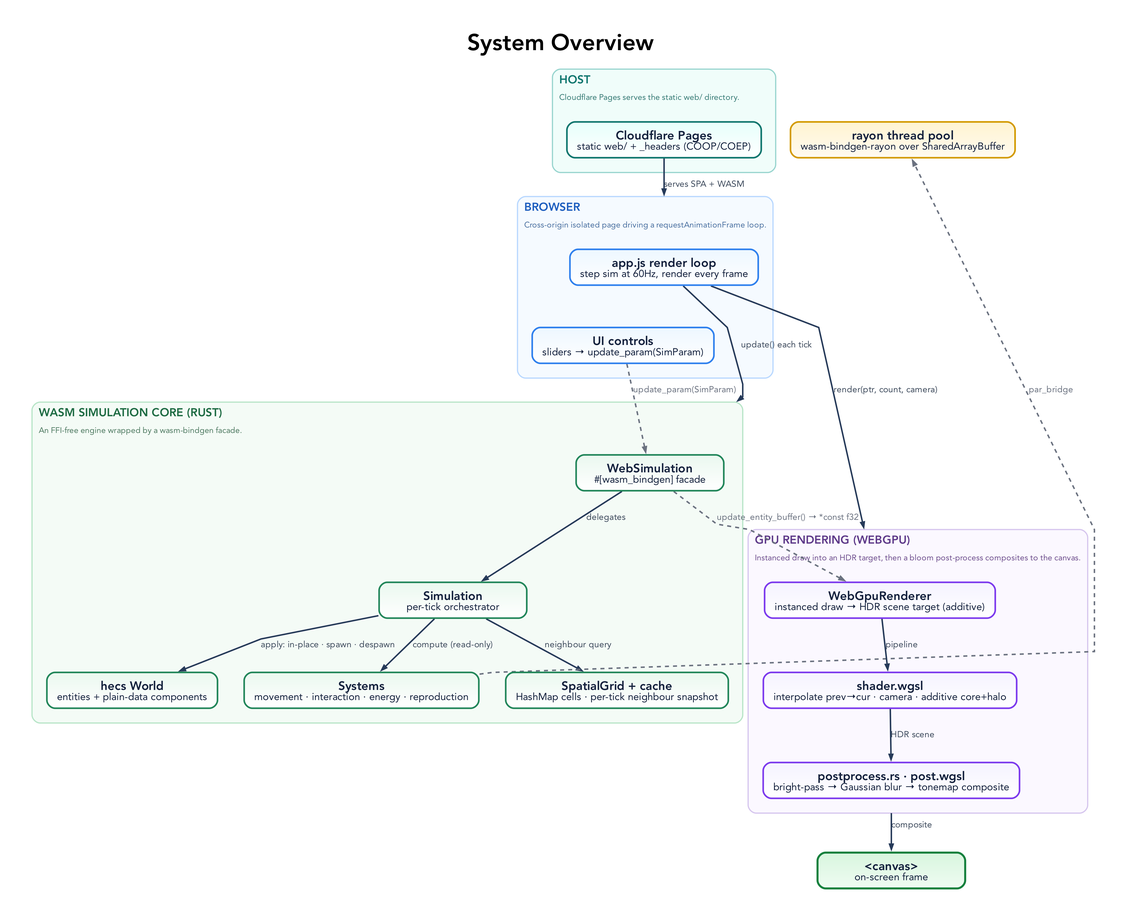
The Graphviz diagram docs/diagrams/system-overview.png in rgilks/evo, before a commit. Its source is kept beside it as docs/diagrams/system-overview.dot.
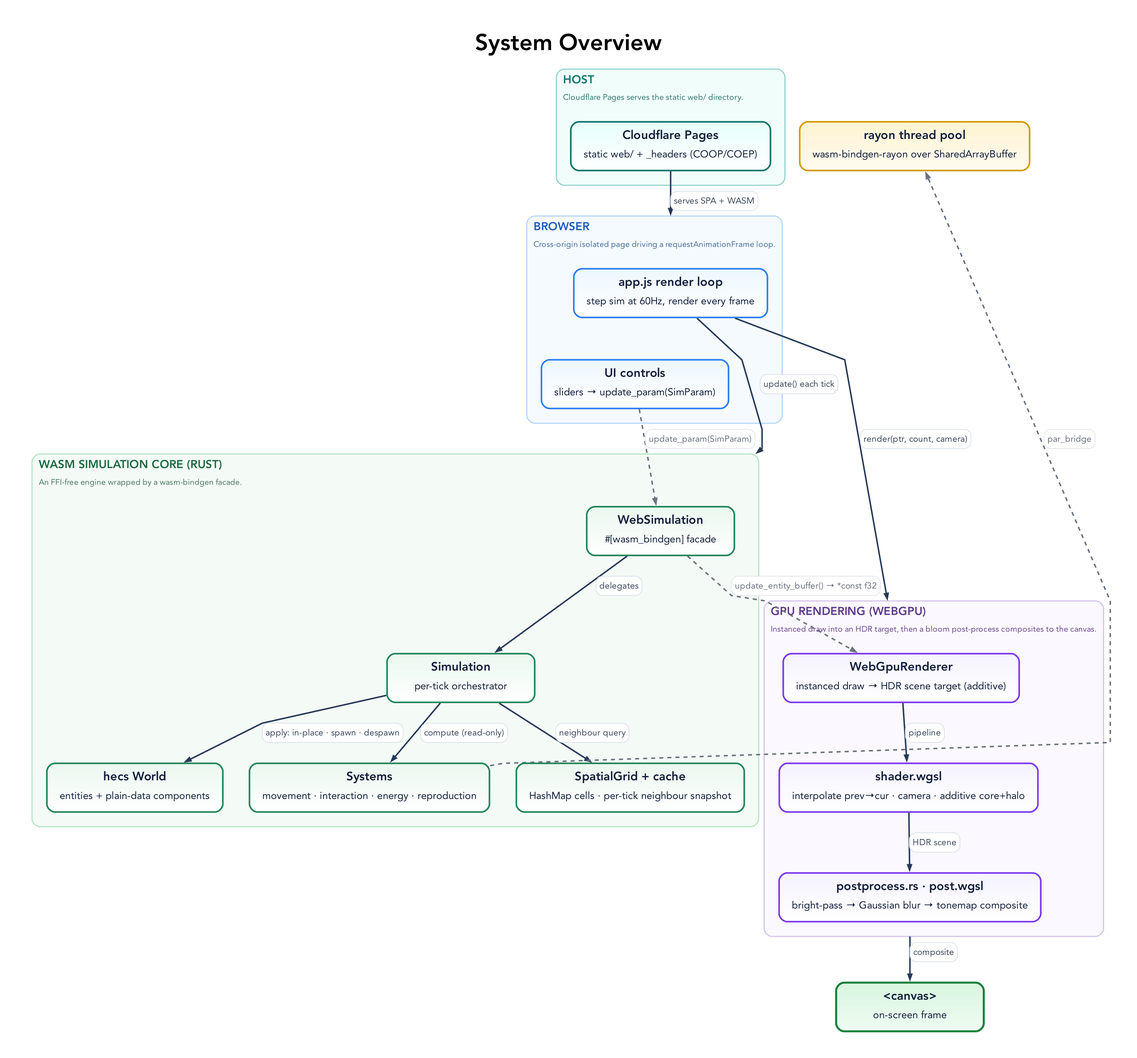
The same file after the commit.

Commit message:
Tidy graphviz diagrams

Change to the diagram source:
```diff
@@ -56,7 +56,7 @@
       labelloc=t, labeljust=l,
       color="#99d5cf", fillcolor="#f0fdfa", style="rounded,filled", penwidth=1.8, margin=22
     ];
-    H1 [label=<<B>Cloudflare Pages</B><BR/><FONT POINT-SIZE="15">static web/ + _headers (COOP/COEP)</FONT>>, fillcolor="#e6fffb:#ffffff", color="#0f766e"];
+    H1 [label=<<TABLE BORDER="0" CELLBORDER="0" CELLSPACING="0" CELLPADDING="0"><TR><TD><B>Cloudflare Pages</B></TD></TR><TR><TD CELLPADDING="4"><FONT POINT-SIZE="15">static web/ + _headers (COOP/COEP)</FONT></TD></TR></TABLE>>, fillcolor="#e6fffb:#ffffff", color="#0f766e"];
   }
 
   subgraph cluster_browser {
@@ -70,8 +70,8 @@
       labelloc=t, labeljust=l,
       color="#b9d8ff", fillcolor="#f5faff", style="rounded,filled", penwidth=1.8, margin=22
     ];
-    B1 [label=<<B>app.js render loop</B><BR/><FONT POINT-SIZE="15">step sim at 60Hz, render every frame</FONT>>, fillcolor="#edf7ff:#ffffff", color="#2f80ed"];
-    B2 [label=<<B>UI controls</B><BR/><FONT POINT-SIZE="15">sliders → update_param(SimParam)</FONT>>, fillcolor="#edf7ff:#ffffff", color="#2f80ed"];
+    B1 [label=<<TABLE BORDER="0" CELLBORDER="0" CELLSPACING="0" CELLPADDING="0"><TR><TD><B>app.js render loop</B></TD></TR><TR><TD CELLPADDING="4"><FONT POINT-SIZE="15">step sim at 60Hz, render every frame</FONT></TD></TR></TABLE>>, fillcolor="#edf7ff:#ffffff", color="#2f80ed"];
+    B2 [label=<<TABLE BORDER="0" CELLBORDER="0" CELLSPACING="0" CELLPADDING="0"><TR><TD><B>UI controls</B></TD></TR><TR><TD CELLPADDING="4"><FONT POINT-SIZE="15">sliders → update_param(SimParam)</FONT></TD></TR></TABLE>>, fillcolor="#edf7ff:#ffffff", color="#2f80ed"];
     B1 -> B2 [style=invis];
   }
 
@@ -86,14 +86,14 @@
       labelloc=t, labeljust=l,
       color="#b8e5c8", fillcolor="#f4fbf6", style="rounded,filled", penwidth=1.8, margin=22
     ];
-    C1 [label=<<B>WebSimulation</B><BR/><FONT POINT-SIZE="15">#[wasm_bindgen] facade</FONT>>, fillcolor="#eaf8ef:#ffffff", color="#22865a"];
-    C2 [label=<<B>Simulation</B><BR/><FONT POINT-SIZE="15">per-tick orchestrator</FONT>>, fillcolor="#eaf8ef:#ffffff", color="#22865a"];
-    C3 [label=<<B>hecs World</B><BR/><FONT POINT-SIZE="15">entities + plain-data components</FONT>>, fillcolor="#eaf8ef:#ffffff", color="#22865a"];
-    C4 [label=<<B>Systems</B><BR/><FONT POINT-SIZE="15">movement · interaction · energy · reproduction</FONT>>, fillcolor="#eaf8ef:#ffffff", color="#22865a"];
-    C5 [label=<<B>SpatialGrid + cache</B><BR/><FONT POINT-SIZE="15">HashMap cells · per-tick neighbour snapshot</FONT>>, fillcolor="#eaf8ef:#ffffff", color="#22865a"];
+    C1 [label=<<TABLE BORDER="0" CELLBORDER="0" CELLSPACING="0" CELLPADDING="0"><TR><TD><B>WebSimulation</B></TD></TR><TR><TD CELLPADDING="4"><FONT POINT-SIZE="15">#[wasm_bindgen] facade</FONT></TD></TR></TABLE>>, fillcolor="#eaf8ef:#ffffff", color="#22865a"];
+    C2 [label=<<TABLE BORDER="0" CELLBORDER="0" CELLSPACING="0" CELLPADDING="0"><TR><TD><B>Simulation</B></TD></TR><TR><TD CELLPADDING="4"><FONT POINT-SIZE="15">per-tick orchestrator</FONT></TD></TR></TABLE>>, fillcolor="#eaf8ef:#ffffff", color="#22865a"];
+    C3 [label=<<TABLE BORDER="0" CELLBORDER="0" CELLSPACING="0" CELLPADDING="0"><TR><TD><B>hecs World</B></TD></TR><TR><TD CELLPADDING="4"><FONT POINT-SIZE="15">entities + plain-data components</FONT></TD></TR></TABLE>>, fillcolor="#eaf8ef:#ffffff", color="#22865a"];
+    C4 [label=<<TABLE BORDER="0" CELLBORDER="0" CELLSPACING="0" CELLPADDING="0"><TR><TD><B>Systems</B></TD></TR><TR><TD CELLPADDING="4"><FONT POINT-SIZE="15">movement · interaction · energy · reproduction</FONT></TD></TR></TABLE>>, fillcolor="#eaf8ef:#ffffff", color="#22865a"];
+    C5 [label=<<TABLE BORDER="0" CELLBORDER="0" CELLSPACING="0" CELLPADDING="0"><TR><TD><B>SpatialGrid + cache</B></TD></TR><TR><TD CELLPADDING="4"><FONT POINT-SIZE="15">HashMap cells · per-tick neighbour snapshot</FONT></TD></TR></TABLE>>, fillcolor="#eaf8ef:#ffffff", color="#22865a"];
   }
 
-  TP [label=<<B>rayon thread pool</B><BR/><FONT POINT-SIZE="15">wasm-bindgen-rayon over SharedArrayBuffer</FONT>>, fillcolor="#fff4d1:#fffaf0", color="#d39a00"];
+  TP [label=<<TABLE BORDER="0" CELLBORDER="0" CELLSPACING="0" CELLPADDING="0"><TR><TD><B>rayon thread pool</B></TD></TR><TR><TD CELLPADDING="4"><FONT POINT-SIZE="15">wasm-bindgen-rayon over SharedArrayBuffer</FONT></TD></TR></TABLE>>, fillcolor="#fff4d1:#fffaf0", color="#d39a00"];
 
   subgraph cluster_gpu {
     graph [
@@ -106,27 +106,27 @@
       labelloc=t, labeljust=l,
       color="#d6c6ee", fillcolor="#fbf8ff", style="rounded,filled", penwidth=1.8, margin=22
     ];
-    G1 [label=<<B>WebGpuRenderer</B><BR/><FONT POINT-SIZE="15">instanced draw → HDR scene target (additive)</FONT>>, fillcolor="#f5f3ff:#ffffff", color="#7c3aed"];
-    G2 [label=<<B>shader.wgsl</B><BR/><FONT POINT-SIZE="15">interpolate prev→cur · camera · additive core+halo</FONT>>, fillcolor="#f5f3ff:#ffffff", color="#7c3aed"];
-    G3 [label=<<B>postprocess.rs · post.wgsl</B><BR/><FONT POINT-SIZE="15">bright-pass → Gaussian blur → tonemap composite</FONT>>, fillcolor="#f5f3ff:#ffffff", color="#7c3aed"];
-    G1 -> G2 [label="pipeline"];
-    G2 -> G3 [label="HDR scene"];
+    G1 [label=<<TABLE BORDER="0" CELLBORDER="0" CELLSPACING="0" CELLPADDING="0"><TR><TD><B>WebGpuRenderer</B></TD></TR><TR><TD CELLPADDING="4"><FONT POINT-SIZE="15">instanced draw → HDR scene target (additive)</FONT></TD></TR></TABLE>>, fillcolor="#f5f3ff:#ffffff", color="#7c3aed"];
+    G2 [label=<<TABLE BORDER="0" CELLBORDER="0" CELLSPACING="0" CELLPADDING="0"><TR><TD><B>shader.wgsl</B></TD></TR><TR><TD CELLPADDING="4"><FONT POINT-SIZE="15">interpolate prev→cur · camera · additive core+halo</FONT></TD></TR></TABLE>>, fillcolor="#f5f3ff:#ffffff", color="#7c3aed"];
+    G3 [label=<<TABLE BORDER="0" CELLBORDER="0" CELLSPACING="0" CELLPADDING="0"><TR><TD><B>postprocess.rs · post.wgsl</B></TD></TR><TR><TD CELLPADDING="4"><FONT POINT-SIZE="15">bright-pass → Gaussian blur → tonemap composite</FONT></TD></TR></TABLE>>, fillcolor="#f5f3ff:#ffffff", color="#7c3aed"];
+    G1 -> G2 [label=<<TABLE BORDER="1" CELLBORDER="0" STYLE="ROUNDED" COLOR="#d7dee8" BGCOLOR="#ffffff" CELLSPACING="0" CELLPADDING="4"><TR><TD><FONT POINT-SIZE="13" COLOR="#3d4a5c">pipeline</FONT></TD></TR></TABLE>>];
+    G2 -> G3 [label=<<TABLE BORDER="1" CELLBORDER="0" STYLE="ROUNDED" COLOR="#d7dee8" BGCOLOR="#ffffff" CELLSPACING="0" CELLPADDING="4"><TR><TD><FONT POINT-SIZE="13" COLOR="#3d4a5c">HDR scene</FONT></TD></TR></TABLE>>];
   }
 
-  CANVAS [label=<<B>&lt;canvas&gt;</B><BR/><FONT POINT-SIZE="15">on-screen frame</FONT>>, fillcolor="#d8f5de:#effcf2", color="#15803d", penwidth=3.0];
+  CANVAS [label=<<TABLE BORDER="0" CELLBORDER="0" CELLSPACING="0" CELLPADDING="0"><TR><TD><B>&lt;canvas&gt;</B></TD></TR><TR><TD CELLPADDING="4"><FONT POINT-SIZE="15">on-screen frame</FONT></TD></TR></TABLE>>, fillcolor="#d8f5de:#effcf2", color="#15803d", penwidth=3.0];
 
-  H1 -> B1 [lhead=cluster_browser, label="serves SPA + WASM"];
+  H1 -> B1 [lhead=cluster_browser, label=<<TABLE BORDER="1" CELLBORDER="0" STYLE="ROUNDED" COLOR="#d7dee8" BGCOLOR="#ffffff" CELLSPACING="0" CELLPADDING="4"><TR><TD><FONT POINT-SIZE="13" COLOR="#3d4a5c">serves SPA + WASM</FONT></TD></TR></TABLE>>];
 
-  B1 -> C1 [lhead=cluster_core, label="update() each tick"];
-  B2 -> C1 [label="update_param(SimParam)", color="#6b7280", fontcolor="#6b7280", style=dashed];
+  B1 -> C1 [lhead=cluster_core, label=<<TABLE BORDER="1" CELLBORDER="0" STYLE="ROUNDED" COLOR="#d7dee8" BGCOLOR="#ffffff" CELLSPACING="0" CELLPADDING="4"><TR><TD><FONT POINT-SIZE="13" COLOR="#3d4a5c">update() each tick</FONT></TD></TR></TABLE>>];
+  B2 -> C1 [label=<<TABLE BORDER="1" CELLBORDER="0" STYLE="ROUNDED" COLOR="#dfe3e9" BGCOLOR="#ffffff" CELLSPACING="0" CELLPADDING="4"><TR><TD><FONT POINT-SIZE="13" COLOR="#6b7280">update_param(SimParam)</FONT></TD></TR></TABLE>>, color="#6b7280", fontcolor="#6b7280", style=dashed];
 
-  C1 -> C2 [label="delegates"];
-  C2 -> C4 [label="compute (read-only)"];
-  C2 -> C5 [label="neighbour query"];
-  C2 -> C3 [label="apply: in-place · spawn · despawn"];
-  C4 -> TP [label="par_bridge", color="#6b7280", fontcolor="#6b7280", style=dashed, constraint=false];
+  C1 -> C2 [label=<<TABLE BORDER="1" CELLBORDER="0" STYLE="ROUNDED" COLOR="#d7dee8" BGCOLOR="#ffffff" CELLSPACING="0" CELLPADDING="4"><TR><TD><FONT POINT-SIZE="13" COLOR="#3d4a5c">delegates</FONT></TD></TR></TABLE>>];
+  C2 -> C4 [label=<<TABLE BORDER="1" CELLBORDER="0" STYLE="ROUNDED" COLOR="#d7dee8" BGCOLOR="#ffffff" CELLSPACING="0" CELLPADDING="4"><TR><TD><FONT POINT-SIZE="13" COLOR="#3d4a5c">compute (read-only)</FONT></TD></TR></TABLE>>];
+  C2 -> C5 [label=<<TABLE BORDER="1" CELLBORDER="0" STYLE="ROUNDED" COLOR="#d7dee8" BGCOLOR="#ffffff" CELLSPACING="0" CELLPADDING="4"><TR><TD><FONT POINT-SIZE="13" COLOR="#3d4a5c">neighbour query</FONT></TD></TR></TABLE>>];
+  C2 -> C3 [label=<<TABLE BORDER="1" CELLBORDER="0" STYLE="ROUNDED" COLOR="#d7dee8" BGCOLOR="#ffffff" CELLSPACING="0" CELLPADDING="4"><TR><TD><FONT POINT-SIZE="13" COLOR="#3d4a5c">apply: in-place · spawn · despawn</FONT></TD></TR></TABLE>>];
+  C4 -> TP [label=<<TABLE BORDER="1" CELLBORDER="0" STYLE="ROUNDED" COLOR="#dfe3e9" BGCOLOR="#ffffff" CELLSPACING="0" CELLPADDING="4"><TR><TD><FONT POINT-SIZE="13" COLOR="#6b7280">par_bridge</FONT></TD></TR></TABLE>>, color="#6b7280", fontcolor="#6b7280", style=dashed, constraint=false];
 
-  B1 -> G1 [lhead=cluster_gpu, label="render(ptr, count, camera)"];
-  C1 -> G1 [label="update_entity_buffer() → *const f32", color="#6b7280", fontcolor="#6b7280", style=dashed];
-  G3 -> CANVAS [ltail=cluster_gpu, label="composite"];
+  B1 -> G1 [lhead=cluster_gpu, label=<<TABLE BORDER="1" CELLBORDER="0" STYLE="ROUNDED" COLOR="#d7dee8" BGCOLOR="#ffffff" CELLSPACING="0" CELLPADDING="4"><TR><TD><FONT POINT-SIZE="13" COLOR="#3d4a5c">render(ptr, count, camera)</FONT></TD></TR></TABLE>>];
+  C1 -> G1 [label=<<TABLE BORDER="1" CELLBORDER="0" STYLE="ROUNDED" COLOR="#dfe3e9" BGCOLOR="#ffffff" CELLSPACING="0" CELLPADDING="4"><TR><TD><FONT POINT-SIZE="13" COLOR="#6b7280">update_entity_buffer() → *const f32</FONT></TD></TR></TABLE>>, color="#6b7280", fontcolor="#6b7280", style=dashed];
+  G3 -> CANVAS [ltail=cluster_gpu, label=<<TABLE BORDER="1" CELLBORDER="0" STYLE="ROUNDED" COLOR="#d7dee8" BGCOLOR="#ffffff" CELLSPACING="0" CELLPADDING="4"><TR><TD><FONT POINT-SIZE="13" COLOR="#3d4a5c">composite</FONT></TD></TR></TABLE>>];
 }
```
